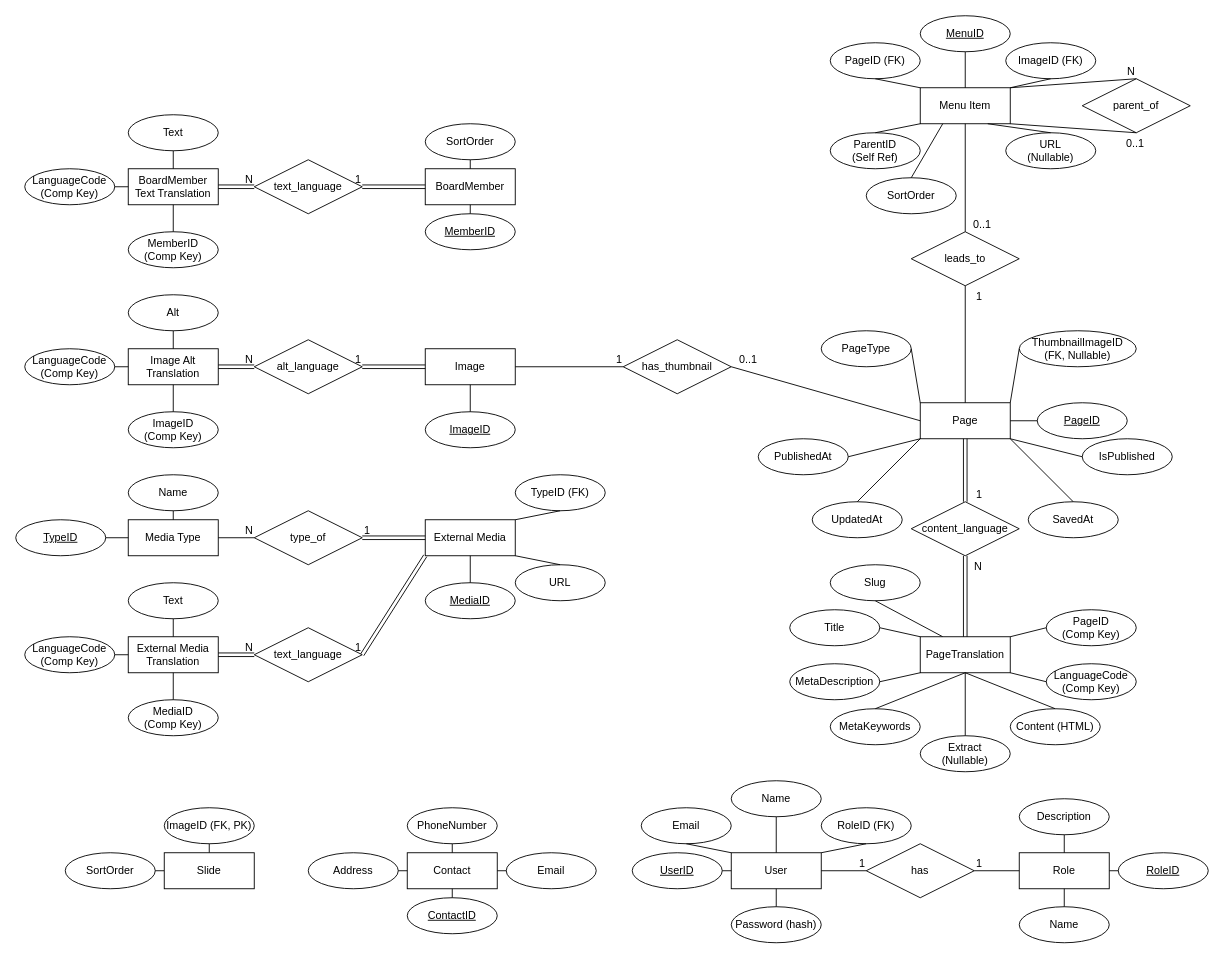
C4ndyFl4mes/MalgomajFVOFCMS keeps this draw.io diagram as ER-diagram.drawio. Above is the earlier version. Source tidied: cells renumbered, new cells numbered last; positions are measured from the earlier drawing's top-left corner, leaving out a move shared by most shapes. Both pictures are drawn from the tidied source at 90%, with x=0, y=0 at pixel (15, 15).
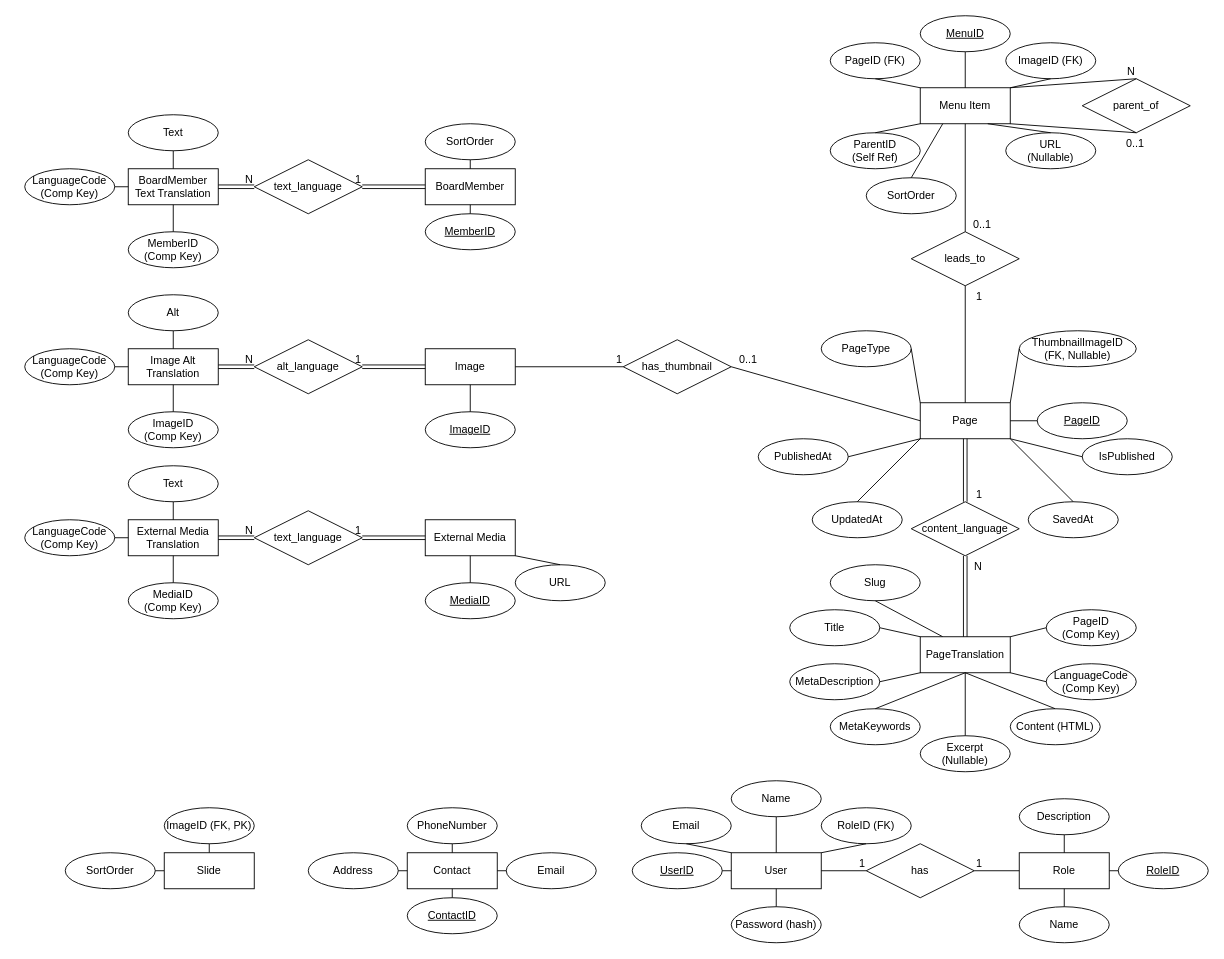
The same page after the edit.

Unchanged cells that the change refers to:
```xml
<mxCell id="10" value="External Media" style="whiteSpace=wrap;html=1;align=center;" parent="1" vertex="1">
  <mxGeometry x="455" y="560" width="100" height="40" as="geometry" />
</mxCell>
```

Diff of the diagram source:
```diff
@@
-    <mxCell id="52" value="TypeID (FK)" style="ellipse;whiteSpace=wrap;html=1;align=center;" parent="1" vertex="1">
-      <mxGeometry x="555" y="510" width="100" height="40" as="geometry" />
-    </mxCell>
-    <mxCell id="53" style="endArrow=none;html=1;rounded=0;exitX=1;exitY=0;exitDx=0;exitDy=0;entryX=0.5;entryY=1;entryDx=0;entryDy=0;" parent="1" edge="1" source="10" target="52">
-      <mxGeometry relative="1" as="geometry" />
-    </mxCell>
@@
-    <mxCell id="75" value="Media Type" style="whiteSpace=wrap;html=1;align=center;" parent="1" vertex="1">
-      <mxGeometry x="125" y="560" width="100" height="40" as="geometry" />
-    </mxCell>
-    <mxCell id="76" value="type_of" style="shape=rhombus;perimeter=rhombusPerimeter;whiteSpace=wrap;html=1;align=center;" parent="1" vertex="1">
-      <mxGeometry x="265" y="550" width="120" height="60" as="geometry" />
-    </mxCell>
-    <mxCell id="77" style="shape=link;html=1;rounded=0;entryX=1;entryY=0.5;entryDx=0;entryDy=0;exitX=0;exitY=0.5;exitDx=0;exitDy=0;" parent="1" edge="1" source="10" target="76">
-      <mxGeometry relative="1" as="geometry" />
-    </mxCell>
-    <mxCell id="78" value="1" style="html=1;whiteSpace=wrap;align=right;verticalAlign=bottom;" parent="77" vertex="1">
-      <mxGeometry x="1" relative="1" as="geometry">
-        <mxPoint x="10" as="offset" />
-      </mxGeometry>
-    </mxCell>
-    <mxCell id="79" value="TypeID" style="ellipse;whiteSpace=wrap;html=1;align=center;fontStyle=4;" parent="1" vertex="1">
-      <mxGeometry y="560" width="100" height="40" as="geometry" />
-    </mxCell>
-    <mxCell id="80" style="endArrow=none;html=1;rounded=0;exitX=1;exitY=0.5;exitDx=0;exitDy=0;entryX=0;entryY=0.5;entryDx=0;entryDy=0;" parent="1" edge="1" source="79" target="75">
-      <mxGeometry relative="1" as="geometry" />
-    </mxCell>
-    <mxCell id="81" value="Name" style="ellipse;whiteSpace=wrap;html=1;align=center;" parent="1" vertex="1">
-      <mxGeometry x="125" y="510" width="100" height="40" as="geometry" />
-    </mxCell>
-    <mxCell id="82" style="endArrow=none;html=1;rounded=0;exitX=0.5;exitY=1;exitDx=0;exitDy=0;entryX=0.5;entryY=0;entryDx=0;entryDy=0;" parent="1" edge="1" source="81" target="75">
-      <mxGeometry relative="1" as="geometry" />
-    </mxCell>
@@
-    <mxCell id="88" style="endArrow=none;html=1;rounded=0;entryX=0;entryY=0.5;entryDx=0;entryDy=0;exitX=1;exitY=0.5;exitDx=0;exitDy=0;" parent="1" edge="1" source="75" target="76">
-      <mxGeometry relative="1" as="geometry" />
-    </mxCell>
-    <mxCell id="89" value="N" style="html=1;whiteSpace=wrap;align=right;verticalAlign=bottom;" parent="88" vertex="1">
-      <mxGeometry x="1" relative="1" as="geometry" />
-    </mxCell>
@@
     <mxCell id="130" value="External Media Translation" style="whiteSpace=wrap;html=1;align=center;" parent="1" vertex="1">
-      <mxGeometry x="125" y="690" width="100" height="40" as="geometry" />
+      <mxGeometry x="125" y="560" width="100" height="40" as="geometry" />
     </mxCell>
     <mxCell id="131" value="MediaID&lt;div&gt;(Comp Key)&lt;/div&gt;" style="ellipse;whiteSpace=wrap;html=1;align=center;" parent="1" vertex="1">
-      <mxGeometry x="125" y="760" width="100" height="40" as="geometry" />
+      <mxGeometry x="125" y="630" width="100" height="40" as="geometry" />
     </mxCell>
     <mxCell id="132" value="LanguageCode&lt;div&gt;(Comp Key)&lt;/div&gt;" style="ellipse;whiteSpace=wrap;html=1;align=center;" parent="1" vertex="1">
-      <mxGeometry x="10" y="690" width="100" height="40" as="geometry" />
+      <mxGeometry x="10" y="560" width="100" height="40" as="geometry" />
     </mxCell>
     <mxCell id="133" value="Text" style="ellipse;whiteSpace=wrap;html=1;align=center;" parent="1" vertex="1">
-      <mxGeometry x="125" y="630" width="100" height="40" as="geometry" />
+      <mxGeometry x="125" y="500" width="100" height="40" as="geometry" />
     </mxCell>
@@
     <mxCell id="137" value="text_language" style="shape=rhombus;perimeter=rhombusPerimeter;whiteSpace=wrap;html=1;align=center;" parent="1" vertex="1">
-      <mxGeometry x="265" y="680" width="120" height="60" as="geometry" />
+      <mxGeometry x="265" y="550" width="120" height="60" as="geometry" />
     </mxCell>
@@
-    <mxCell id="140" style="shape=link;html=1;rounded=0;entryX=1;entryY=0.5;entryDx=0;entryDy=0;exitX=0;exitY=1;exitDx=0;exitDy=0;" parent="1" edge="1" source="10" target="137">
+    <mxCell id="140" style="shape=link;html=1;rounded=0;entryX=1;entryY=0.5;entryDx=0;entryDy=0;exitX=0;exitY=0.5;exitDx=0;exitDy=0;" parent="1" edge="1" source="10" target="137">
       <mxGeometry relative="1" as="geometry" />
     </mxCell>
@@
-    <mxCell id="146" value="Extract&lt;div&gt;(Nullable)&lt;/div&gt;" style="ellipse;whiteSpace=wrap;html=1;align=center;" parent="1" vertex="1">
+    <mxCell id="146" value="Excerpt&lt;div&gt;(Nullable)&lt;/div&gt;" style="ellipse;whiteSpace=wrap;html=1;align=center;" parent="1" vertex="1">
       <mxGeometry x="1005" y="800" width="100" height="40" as="geometry" />
     </mxCell>
```
